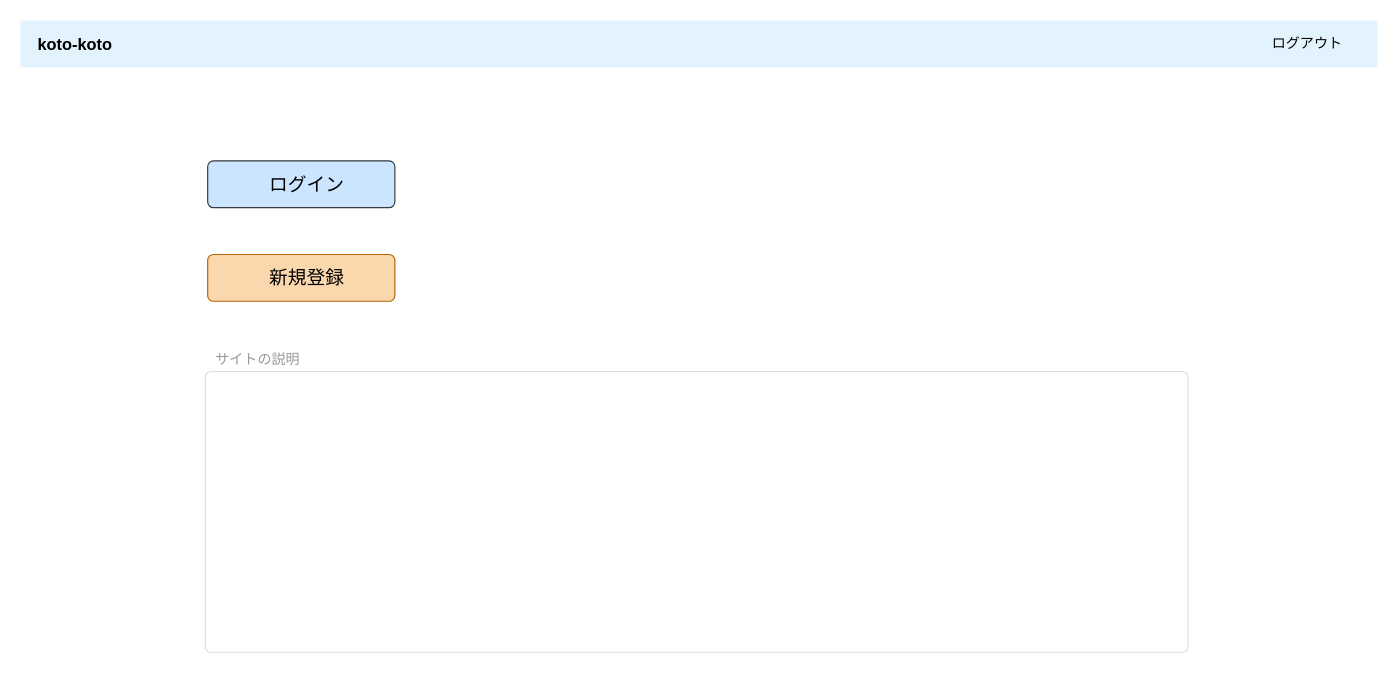
Earlier version of the draw.io diagram page "トップページ" (1 of 5) of 名称未設定ファイル.drawio (omoikanelulu/Three_good_things). Source tidied: cells renumbered, new cells numbered last; positions are measured from the earlier drawing's top-left corner, leaving out a move shared by most shapes. Both pictures are drawn from the tidied source at 117%, with x=0, y=0 at pixel (20, 20).
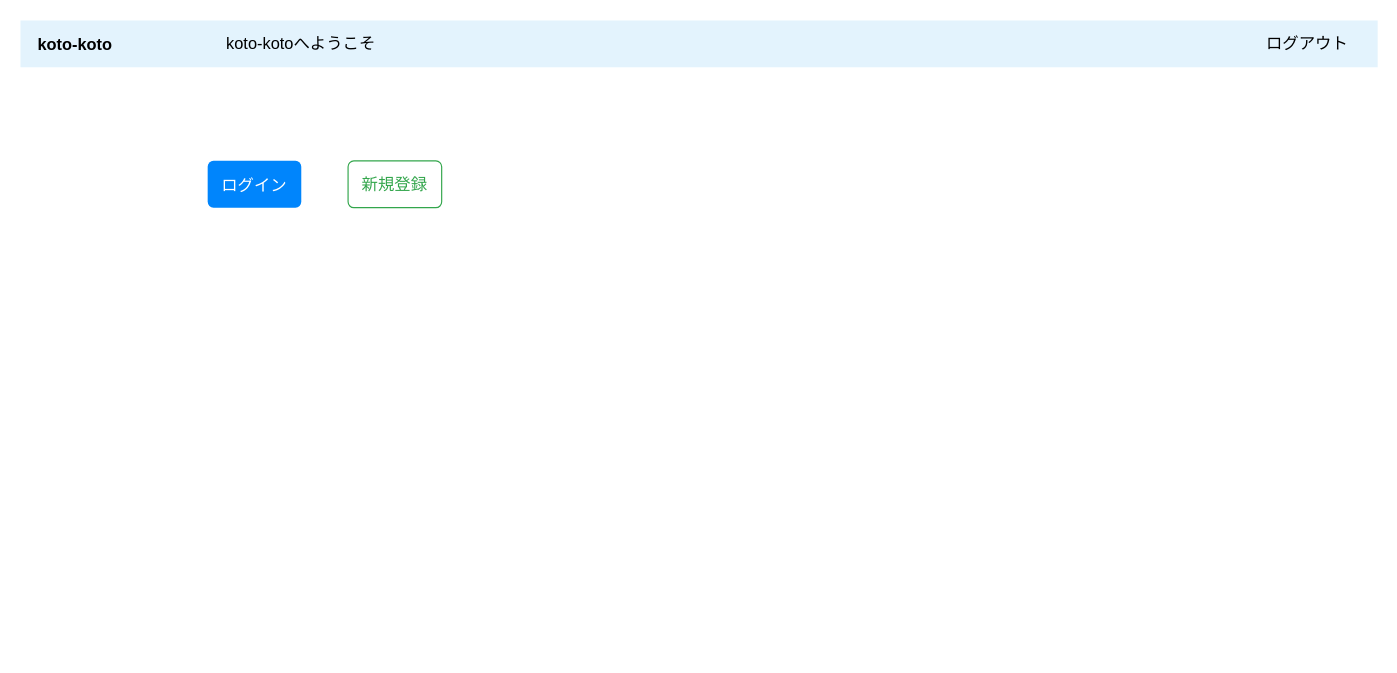
The same page after the edit.

Diff of the diagram source:
```diff
@@
 <mxGraphModel background="#ffffff">
   <root>
     <mxCell id="0" />
     <mxCell id="1" parent="0" />
     <mxCell id="2" value="&lt;b style=&quot;color: rgb(0, 0, 0); font-size: 14px; text-align: center;&quot;&gt;koto-koto&lt;/b&gt;" style="html=1;shadow=0;dashed=0;fillColor=#E3F3FD;strokeColor=none;fontSize=16;fontColor=#161819;align=left;spacing=15;" parent="1" vertex="1">
       <mxGeometry width="1160" height="40" as="geometry" />
     </mxCell>
+    <mxCell id="7" value="ログアウト" style="html=1;shadow=0;dashed=0;fillColor=none;strokeColor=none;shape=mxgraph.bootstrap.rect;fontColor=#000000;whiteSpace=wrap;fontSize=14;" parent="1" vertex="1">
+      <mxGeometry x="1040" width="120" height="40" as="geometry" />
+    </mxCell>
-    <mxCell id="3" value="ログイン" style="html=1;shadow=0;dashed=0;shape=mxgraph.bootstrap.rrect;rSize=5;strokeColor=#36393d;align=center;spacingLeft=10;fontSize=16;whiteSpace=wrap;rounded=0;fillColor=#cce5ff;" parent="1" vertex="1">
-      <mxGeometry x="160" y="120" width="160" height="40" as="geometry" />
+    <mxCell id="3" value="&lt;font style=&quot;font-size: 14px;&quot;&gt;ログイン&lt;/font&gt;" style="html=1;shadow=0;dashed=0;shape=mxgraph.bootstrap.rrect;rSize=5;strokeColor=none;strokeWidth=1;fillColor=#0085FC;fontColor=#FFFFFF;whiteSpace=wrap;align=center;verticalAlign=middle;spacingLeft=0;fontStyle=0;fontSize=16;spacing=5;" parent="1" vertex="1">
+      <mxGeometry x="160" y="120" width="80" height="40" as="geometry" />
     </mxCell>
-    <mxCell id="4" value="新規登録" style="html=1;shadow=0;dashed=0;shape=mxgraph.bootstrap.rrect;rSize=5;strokeColor=#b46504;align=center;spacingLeft=10;fontSize=16;whiteSpace=wrap;rounded=0;fillColor=#fad7ac;" parent="1" vertex="1">
-      <mxGeometry x="160" y="200" width="160" height="40" as="geometry" />
+    <mxCell id="4" value="新規登録" style="html=1;shadow=0;dashed=0;shape=mxgraph.bootstrap.rrect;rSize=5;strokeColor=#33A64C;strokeWidth=1;fillColor=none;fontColor=#33A64C;whiteSpace=wrap;align=center;verticalAlign=middle;spacingLeft=0;fontStyle=0;fontSize=14;spacing=5;" parent="1" vertex="1">
+      <mxGeometry x="280" y="120" width="80" height="40" as="geometry" />
     </mxCell>
-    <mxCell id="5" value="サイトの説明" style="html=1;shadow=0;dashed=0;shape=mxgraph.bootstrap.rect;strokeColor=none;fillColor=none;fontColor=#999999;align=left;spacingLeft=5;whiteSpace=wrap;rounded=0;" parent="1" vertex="1">
-      <mxGeometry x="160" y="280" width="200" height="20" as="geometry" />
-    </mxCell>
-    <mxCell id="6" style="html=1;shadow=0;dashed=0;shape=mxgraph.bootstrap.rrect;rSize=5;fontSize=12;strokeColor=#dddddd;align=left;spacing=10;verticalAlign=top;whiteSpace=wrap;rounded=0;" parent="1" vertex="1">
-      <mxGeometry x="158" y="300" width="840" height="240" as="geometry" />
-    </mxCell>
-    <mxCell id="7" value="ログアウト" style="html=1;shadow=0;dashed=0;fillColor=none;strokeColor=none;shape=mxgraph.bootstrap.rect;fontColor=#000000;whiteSpace=wrap;" parent="1" vertex="1">
-      <mxGeometry x="1040" width="120" height="40" as="geometry" />
-    </mxCell>
+    <mxCell id="8" value="koto-kotoへようこそ" style="html=1;shadow=0;dashed=0;fillColor=none;strokeColor=none;shape=mxgraph.bootstrap.rect;fontColor=#000000;whiteSpace=wrap;fontSize=14;" parent="1" vertex="1">
+      <mxGeometry x="160" width="160" height="40" as="geometry" />
+    </mxCell>
   </root>
 </mxGraphModel>
```
